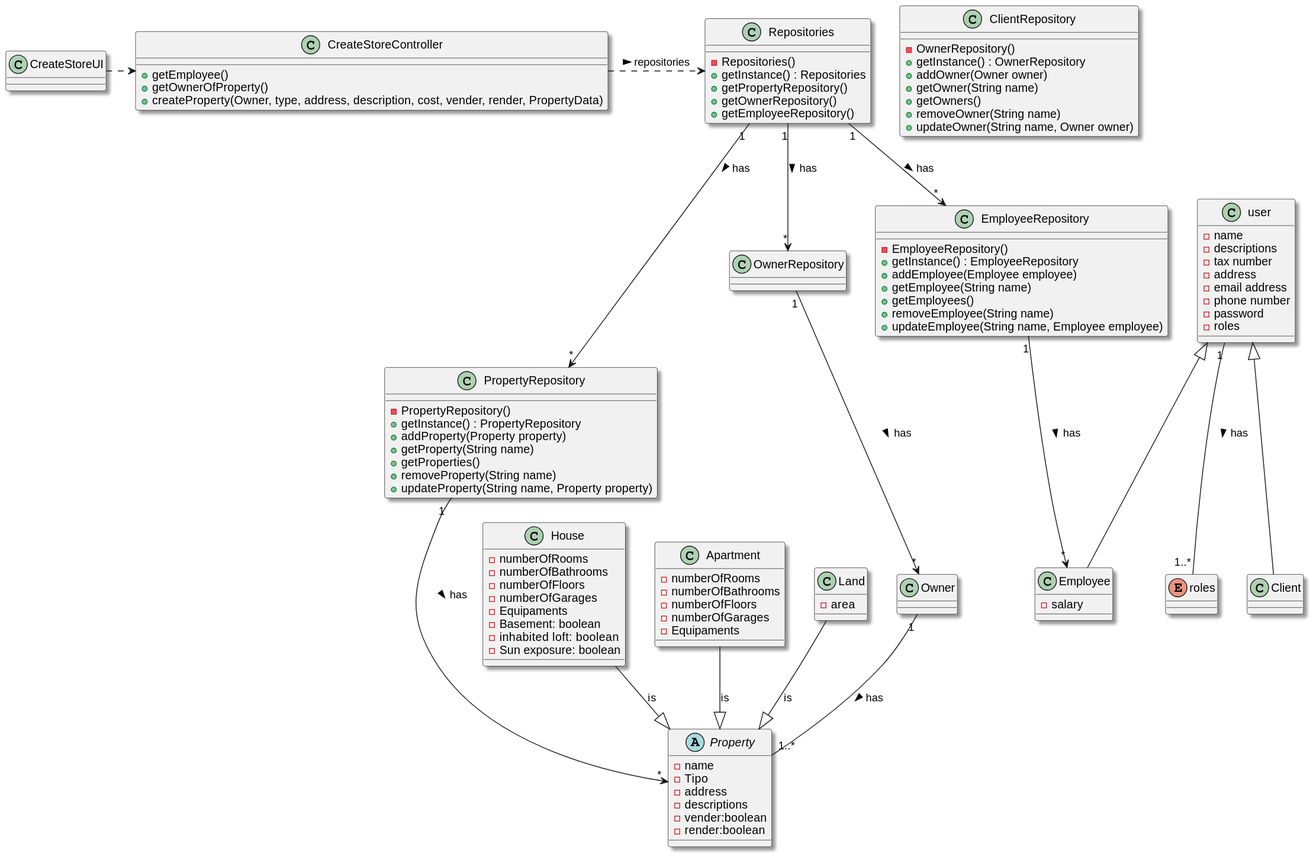
This is lei-22-s2-1do-g68/docs/SprintB/us004/03.design/svg/us004-class-diagram.svg from hugosilva2901/lei-22-s2-1DO-g68, a PlantUML export, as it was before one commit.
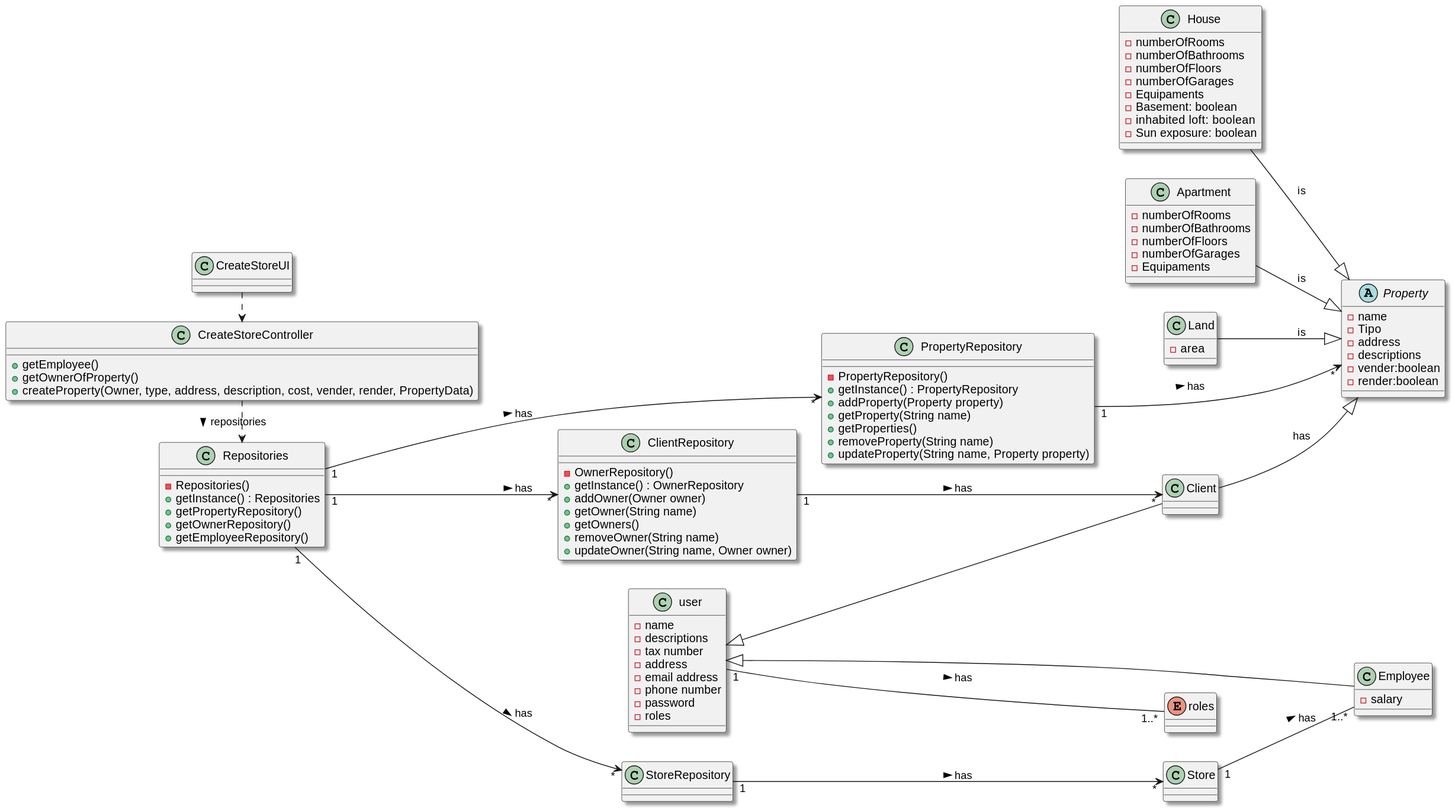
Above is the later version.

Diff of the diagram source:
```diff
@@ -3,6 +3,7 @@
 skinparam packageStyle rectangle
 skinparam shadowing true
 top to bottom direction
+left to right direction
 
 class CreateStoreUI{
 }
@@ -74,14 +75,8 @@
     + updateOwner(String name, Owner owner)
 }
 
-class EmployeeRepository {
-    - EmployeeRepository()
-    + getInstance() : EmployeeRepository
-    + addEmployee(Employee employee)
-    + getEmployee(String name)
-    + getEmployees()
-    + removeEmployee(String name)
-    + updateEmployee(String name, Employee employee)
+class StoreRepository{
+
 }
 
 class House{
@@ -94,6 +89,7 @@
     - inhabited  loft: boolean
     - Sun exposure: boolean
 }
+
 class Apartment{
     - numberOfRooms
     - numberOfBathrooms
@@ -110,14 +106,15 @@
 CreateStoreUI .> CreateStoreController
 CreateStoreController .> Repositories : repositories >
 Repositories "1" --> "*" PropertyRepository : has >
-Repositories "1" --> "*" OwnerRepository : has >
-Repositories "1" --> "*" EmployeeRepository : has >
+Repositories "1" --> "*" ClientRepository : has >
+Repositories "1" --> "*" StoreRepository : has >
 PropertyRepository "1" --> "*" Property : has >
-OwnerRepository "1" --> "*" Owner : has >
-EmployeeRepository "1" --> "*" Employee : has >
+ClientRepository "1" --> "*" Client : has >
+StoreRepository "1" --> "*" Store : has >
+Store "1"--"1..*" Employee : has >
 user "1"--"1..*" roles : has >
-Owner "1"--"1..*" Property : has >
 House  --|>  Property  : is
 Apartment  --|>  Property : is
 Land  --|>  Property : is
+Client --|> Property : has
 @enduml
```
